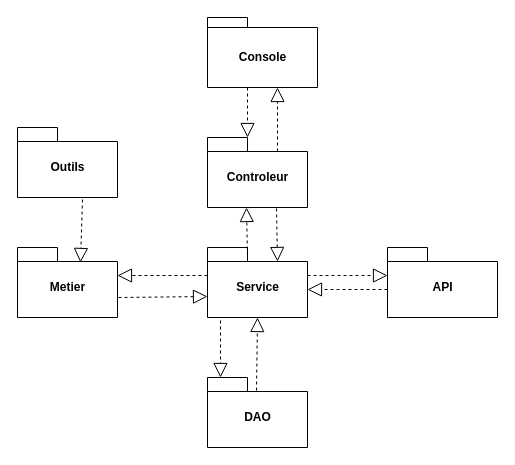
Before: package.drawio in id1617/ProjetInfo2A, a draw.io diagram. Source tidied: cells renumbered, new cells numbered last; positions are measured from the earlier drawing's top-left corner, leaving out a move shared by most shapes. Both pictures are drawn from the tidied source at 100%, with x=0, y=0 at pixel (17, 17).
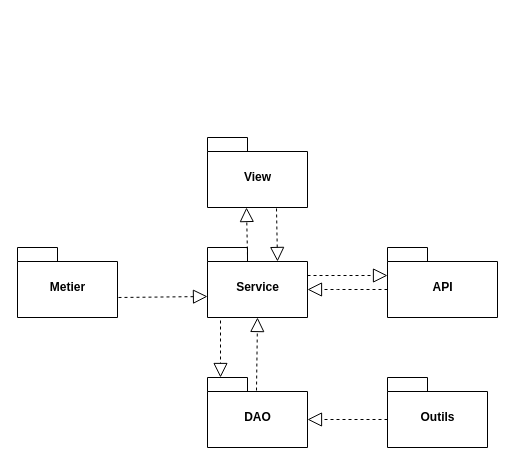
The same page after the edit.

The change refers to these unchanged cells:
```xml
<mxCell id="2" value="DAO" style="shape=folder;fontStyle=1;spacingTop=10;tabWidth=40;tabHeight=14;tabPosition=left;html=1;" parent="1" vertex="1">
  <mxGeometry x="190" y="360" width="100" height="70" as="geometry" />
</mxCell>
<mxCell id="5" value="Metier" style="shape=folder;fontStyle=1;spacingTop=10;tabWidth=40;tabHeight=14;tabPosition=left;html=1;" parent="1" vertex="1">
  <mxGeometry y="230" width="100" height="70" as="geometry" />
</mxCell>
<mxCell id="12" value="Service" style="shape=folder;fontStyle=1;spacingTop=10;tabWidth=40;tabHeight=14;tabPosition=left;html=1;" parent="1" vertex="1">
  <mxGeometry x="190" y="230" width="100" height="70" as="geometry" />
</mxCell>
```

Diff of the diagram source:
```diff
@@
     <mxCell id="3" value="Outils" style="shape=folder;fontStyle=1;spacingTop=10;tabWidth=40;tabHeight=14;tabPosition=left;html=1;" parent="1" vertex="1">
-      <mxGeometry y="110" width="100" height="70" as="geometry" />
+      <mxGeometry x="370" y="360" width="100" height="70" as="geometry" />
     </mxCell>
-    <mxCell id="4" value="Console" style="shape=folder;fontStyle=1;spacingTop=10;tabWidth=40;tabHeight=10;tabPosition=left;html=1;" parent="1" vertex="1">
-      <mxGeometry x="190" width="110" height="70" as="geometry" />
-    </mxCell>
@@
-    <mxCell id="6" style="endArrow=block;dashed=1;endFill=0;endSize=12;html=1;exitX=0;exitY=0;exitDx=0;exitDy=28;exitPerimeter=0;entryX=0;entryY=0;entryDx=100;entryDy=28;entryPerimeter=0;" parent="1" edge="1" source="12" target="5">
-      <mxGeometry relative="1" as="geometry" />
-    </mxCell>
@@
-    <mxCell id="8" style="endArrow=block;dashed=1;endFill=0;endSize=12;html=1;exitX=0;exitY=0;exitDx=70;exitDy=14;exitPerimeter=0;" parent="1" edge="1" source="13">
-      <mxGeometry relative="1" as="geometry">
-        <mxPoint x="260" y="70" as="targetPoint" />
-      </mxGeometry>
-    </mxCell>
-    <mxCell id="9" style="endArrow=block;dashed=1;endFill=0;endSize=12;html=1;entryX=0.63;entryY=0.214;entryDx=0;entryDy=0;entryPerimeter=0;exitX=0.65;exitY=1.029;exitDx=0;exitDy=0;exitPerimeter=0;" parent="1" edge="1" source="3" target="5">
+    <mxCell id="9" style="endArrow=block;dashed=1;endFill=0;endSize=12;html=1;entryX=0;entryY=0;entryDx=100;entryDy=42;entryPerimeter=0;exitX=0;exitY=0;exitDx=0;exitDy=42;exitPerimeter=0;" parent="1" edge="1" source="3" target="2">
       <mxGeometry relative="1" as="geometry" />
     </mxCell>
@@
-    <mxCell id="11" style="endArrow=block;dashed=1;endFill=0;endSize=12;html=1;entryX=0;entryY=0;entryDx=40;entryDy=0;entryPerimeter=0;" parent="1" edge="1" target="13">
-      <mxGeometry relative="1" as="geometry">
-        <mxPoint x="230" y="70" as="sourcePoint" />
-      </mxGeometry>
-    </mxCell>
@@
-    <mxCell id="13" value="Controleur" style="shape=folder;fontStyle=1;spacingTop=10;tabWidth=40;tabHeight=14;tabPosition=left;html=1;" parent="1" vertex="1">
+    <mxCell id="13" value="View" style="shape=folder;fontStyle=1;spacingTop=10;tabWidth=40;tabHeight=14;tabPosition=left;html=1;" parent="1" vertex="1">
       <mxGeometry x="190" y="120" width="100" height="70" as="geometry" />
     </mxCell>
```
